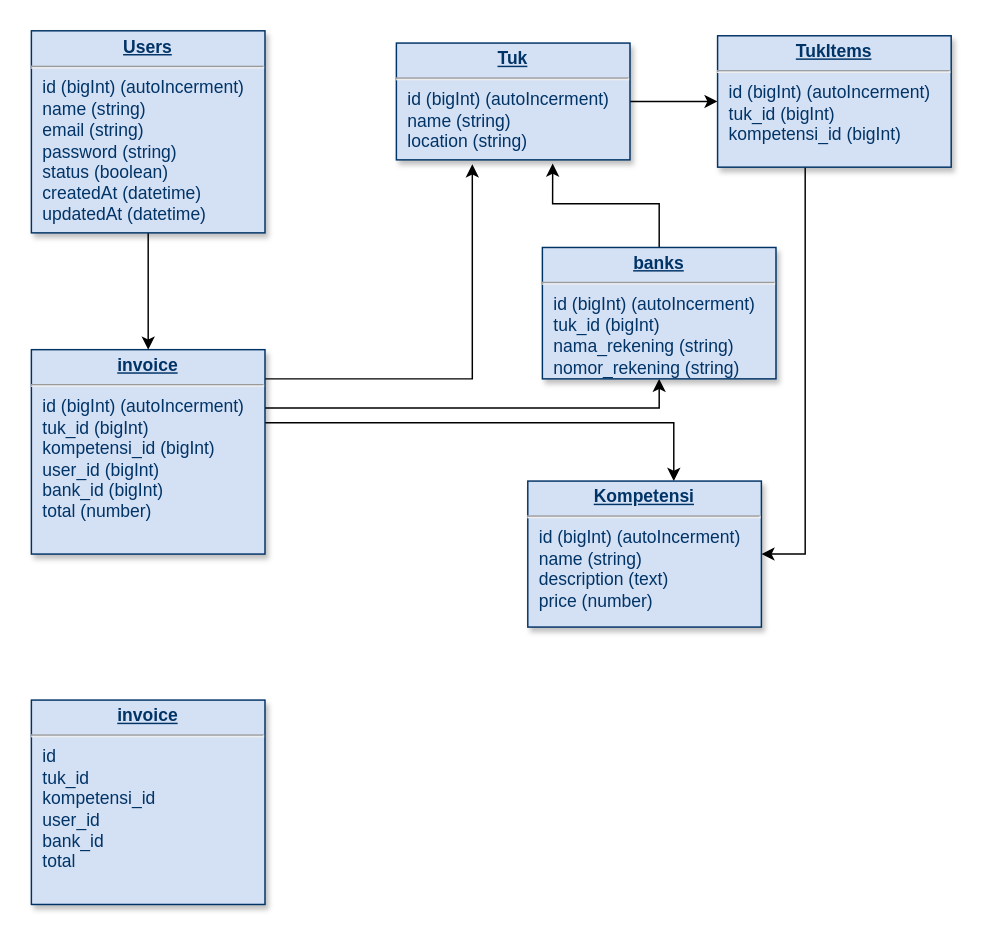
This is db.drawio from awankelana/vip-db, a draw.io file, before an edit. Source tidied: cells renumbered, new cells numbered last; positions are measured from the earlier drawing's top-left corner, leaving out a move shared by most shapes. Both pictures are drawn from the tidied source at 146%, with x=0, y=0 at pixel (31, 31).
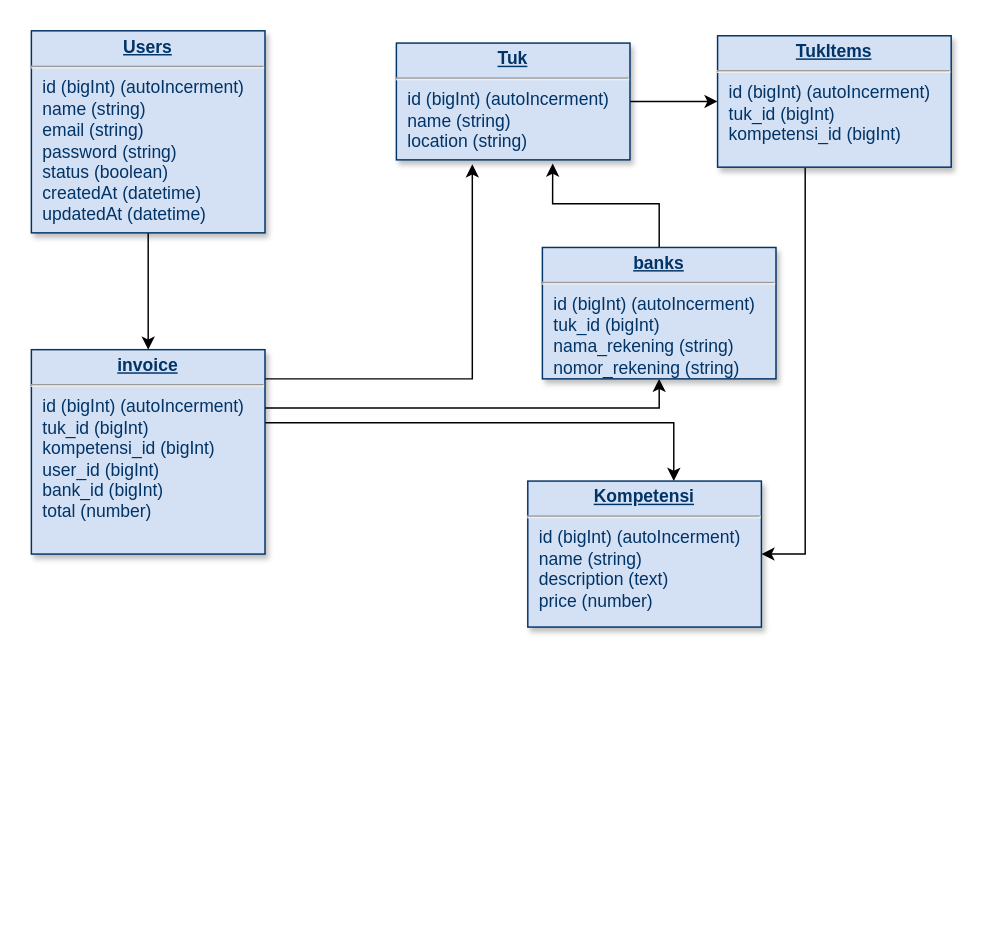
After the change.

Change to the diagram source:
```diff
@@
-    <mxCell id="15" value="&lt;p style=&quot;margin: 0px ; margin-top: 4px ; text-align: center ; text-decoration: underline&quot;&gt;&lt;b&gt;invoice&lt;/b&gt;&lt;/p&gt;&lt;hr&gt;&lt;p style=&quot;margin: 0px ; margin-left: 8px&quot;&gt;id&lt;/p&gt;&lt;p style=&quot;margin: 0px ; margin-left: 8px&quot;&gt;tuk_id&lt;/p&gt;&lt;p style=&quot;margin: 0px ; margin-left: 8px&quot;&gt;kompetensi_id&lt;/p&gt;&lt;p style=&quot;margin: 0px ; margin-left: 8px&quot;&gt;user_id&lt;/p&gt;&lt;p style=&quot;margin: 0px ; margin-left: 8px&quot;&gt;bank_id&lt;/p&gt;&lt;p style=&quot;margin: 0px ; margin-left: 8px&quot;&gt;total&lt;/p&gt;" style="verticalAlign=top;align=left;overflow=fill;fontSize=12;fontFamily=Helvetica;html=1;strokeColor=#003366;shadow=1;fillColor=#D4E1F5;fontColor=#003366;" parent="1" vertex="1">
-      <mxGeometry y="458" width="160" height="140" as="geometry" />
-    </mxCell>
```
